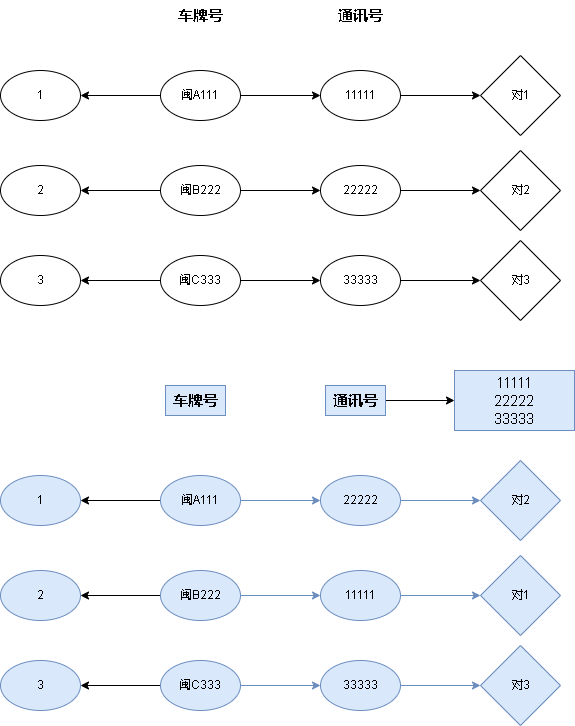
xktder/draw keeps this draw.io diagram as 车辆加载.drawio.png. Above is the earlier version. Source tidied: cells renumbered, new cells last; positions are measured from the earlier drawing's top-left corner, leaving out a move shared by most shapes.
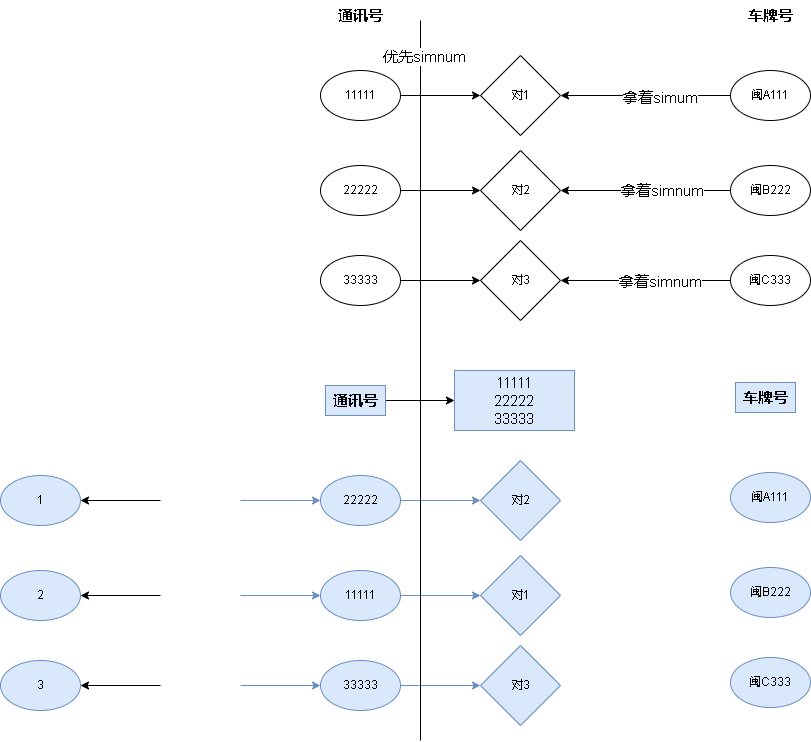
Above is the later version.

Commit message:
更新车辆加载.drawio.png

Change to the diagram source:
```diff
@@ -2,54 +2,24 @@
   <root>
     <mxCell id="0" />
     <mxCell id="1" parent="0" />
-    <mxCell id="2" style="edgeStyle=orthogonalEdgeStyle;rounded=0;jettySize=auto;html=1;" parent="1" edge="1" source="4" target="6">
-      <mxGeometry relative="1" as="geometry" />
-    </mxCell>
-    <mxCell id="3" style="edgeStyle=orthogonalEdgeStyle;rounded=0;jettySize=auto;html=1;fontSize=15;" parent="1" edge="1" source="4" target="44">
-      <mxGeometry relative="1" as="geometry" />
-    </mxCell>
-    <mxCell id="4" value="闽A111" style="ellipse;whiteSpace=wrap;html=1;" parent="1" vertex="1">
-      <mxGeometry x="160" y="70" width="80" height="50" as="geometry" />
-    </mxCell>
     <mxCell id="5" style="edgeStyle=orthogonalEdgeStyle;rounded=0;jettySize=auto;html=1;fontSize=15;" parent="1" edge="1" source="6" target="19">
       <mxGeometry relative="1" as="geometry" />
     </mxCell>
     <mxCell id="6" value="11111" style="ellipse;whiteSpace=wrap;html=1;" parent="1" vertex="1">
       <mxGeometry x="320" y="70" width="80" height="50" as="geometry" />
     </mxCell>
-    <mxCell id="7" style="edgeStyle=orthogonalEdgeStyle;rounded=0;jettySize=auto;html=1;" parent="1" edge="1" source="9" target="11">
-      <mxGeometry relative="1" as="geometry" />
-    </mxCell>
-    <mxCell id="8" style="edgeStyle=orthogonalEdgeStyle;rounded=0;jettySize=auto;html=1;fontSize=15;" parent="1" edge="1" source="9" target="45">
-      <mxGeometry relative="1" as="geometry" />
-    </mxCell>
-    <mxCell id="9" value="闽B222" style="ellipse;whiteSpace=wrap;html=1;" parent="1" vertex="1">
-      <mxGeometry x="160" y="165" width="80" height="50" as="geometry" />
-    </mxCell>
     <mxCell id="10" style="edgeStyle=orthogonalEdgeStyle;rounded=0;jettySize=auto;html=1;fontSize=15;" parent="1" edge="1" source="11" target="20">
       <mxGeometry relative="1" as="geometry" />
     </mxCell>
     <mxCell id="11" value="22222" style="ellipse;whiteSpace=wrap;html=1;" parent="1" vertex="1">
       <mxGeometry x="320" y="165" width="80" height="50" as="geometry" />
     </mxCell>
-    <mxCell id="12" style="edgeStyle=orthogonalEdgeStyle;rounded=0;jettySize=auto;html=1;" parent="1" edge="1" source="14" target="16">
-      <mxGeometry relative="1" as="geometry" />
-    </mxCell>
-    <mxCell id="13" style="edgeStyle=orthogonalEdgeStyle;rounded=0;jettySize=auto;html=1;fontSize=15;" parent="1" edge="1" source="14" target="46">
-      <mxGeometry relative="1" as="geometry" />
-    </mxCell>
-    <mxCell id="14" value="闽C333" style="ellipse;whiteSpace=wrap;html=1;" parent="1" vertex="1">
-      <mxGeometry x="160" y="255" width="80" height="50" as="geometry" />
-    </mxCell>
     <mxCell id="15" style="edgeStyle=orthogonalEdgeStyle;rounded=0;jettySize=auto;html=1;fontSize=15;" parent="1" edge="1" source="16" target="21">
       <mxGeometry relative="1" as="geometry" />
     </mxCell>
     <mxCell id="16" value="33333" style="ellipse;whiteSpace=wrap;html=1;" parent="1" vertex="1">
       <mxGeometry x="320" y="255" width="80" height="50" as="geometry" />
     </mxCell>
-    <mxCell id="17" value="车牌号" style="text;html=1;strokeColor=none;fillColor=none;align=center;verticalAlign=middle;whiteSpace=wrap;rounded=0;fontStyle=1;fontSize=15;" parent="1" vertex="1">
-      <mxGeometry x="170" width="60" height="30" as="geometry" />
-    </mxCell>
     <mxCell id="18" value="通讯号" style="text;html=1;strokeColor=none;fillColor=none;align=center;verticalAlign=middle;whiteSpace=wrap;rounded=0;fontStyle=1;fontSize=15;" parent="1" vertex="1">
       <mxGeometry x="330" width="60" height="30" as="geometry" />
     </mxCell>
@@ -62,54 +32,54 @@
     <mxCell id="21" value="对3" style="rhombus;whiteSpace=wrap;html=1;" parent="1" vertex="1">
       <mxGeometry x="480" y="240" width="80" height="80" as="geometry" />
     </mxCell>
-    <mxCell id="22" style="edgeStyle=orthogonalEdgeStyle;rounded=0;jettySize=auto;html=1;fillColor=#dae8fc;strokeColor=#6c8ebf;" parent="1" edge="1" source="24" target="26">
-      <mxGeometry relative="1" as="geometry" />
+    <mxCell id="22" style="edgeStyle=orthogonalEdgeStyle;rounded=0;jettySize=auto;html=1;fillColor=#dae8fc;strokeColor=#6c8ebf;" parent="1" edge="1" target="26">
+      <mxGeometry relative="1" as="geometry">
+        <mxPoint x="240" y="500" as="sourcePoint" />
+      </mxGeometry>
     </mxCell>
-    <mxCell id="23" style="edgeStyle=orthogonalEdgeStyle;rounded=0;jettySize=auto;html=1;fontSize=15;" parent="1" edge="1" source="24" target="47">
-      <mxGeometry relative="1" as="geometry" />
+    <mxCell id="23" style="edgeStyle=orthogonalEdgeStyle;rounded=0;jettySize=auto;html=1;fontSize=15;" parent="1" edge="1" target="47">
+      <mxGeometry relative="1" as="geometry">
+        <mxPoint x="160" y="500" as="sourcePoint" />
+      </mxGeometry>
     </mxCell>
-    <mxCell id="24" value="闽A111" style="ellipse;whiteSpace=wrap;html=1;fillColor=#dae8fc;strokeColor=#6c8ebf;" parent="1" vertex="1">
-      <mxGeometry x="160" y="475" width="80" height="50" as="geometry" />
-    </mxCell>
     <mxCell id="25" style="edgeStyle=orthogonalEdgeStyle;rounded=0;jettySize=auto;html=1;fontSize=15;fillColor=#dae8fc;strokeColor=#6c8ebf;" parent="1" edge="1" source="26" target="40">
       <mxGeometry relative="1" as="geometry" />
     </mxCell>
     <mxCell id="26" value="22222" style="ellipse;whiteSpace=wrap;html=1;fillColor=#dae8fc;strokeColor=#6c8ebf;" parent="1" vertex="1">
       <mxGeometry x="320" y="475" width="80" height="50" as="geometry" />
     </mxCell>
-    <mxCell id="27" style="edgeStyle=orthogonalEdgeStyle;rounded=0;jettySize=auto;html=1;fillColor=#dae8fc;strokeColor=#6c8ebf;" parent="1" edge="1" source="29" target="31">
-      <mxGeometry relative="1" as="geometry" />
+    <mxCell id="27" style="edgeStyle=orthogonalEdgeStyle;rounded=0;jettySize=auto;html=1;fillColor=#dae8fc;strokeColor=#6c8ebf;" parent="1" edge="1" target="31">
+      <mxGeometry relative="1" as="geometry">
+        <mxPoint x="240" y="595" as="sourcePoint" />
+      </mxGeometry>
     </mxCell>
-    <mxCell id="28" style="edgeStyle=orthogonalEdgeStyle;rounded=0;jettySize=auto;html=1;fontSize=15;" parent="1" edge="1" source="29" target="48">
-      <mxGeometry relative="1" as="geometry" />
+    <mxCell id="28" style="edgeStyle=orthogonalEdgeStyle;rounded=0;jettySize=auto;html=1;fontSize=15;" parent="1" edge="1" target="48">
+      <mxGeometry relative="1" as="geometry">
+        <mxPoint x="160" y="595" as="sourcePoint" />
+      </mxGeometry>
     </mxCell>
-    <mxCell id="29" value="闽B222" style="ellipse;whiteSpace=wrap;html=1;fillColor=#dae8fc;strokeColor=#6c8ebf;" parent="1" vertex="1">
-      <mxGeometry x="160" y="570" width="80" height="50" as="geometry" />
-    </mxCell>
     <mxCell id="30" style="edgeStyle=orthogonalEdgeStyle;rounded=0;jettySize=auto;html=1;fontSize=15;fillColor=#dae8fc;strokeColor=#6c8ebf;" parent="1" edge="1" source="31" target="41">
       <mxGeometry relative="1" as="geometry" />
     </mxCell>
     <mxCell id="31" value="11111" style="ellipse;whiteSpace=wrap;html=1;fillColor=#dae8fc;strokeColor=#6c8ebf;" parent="1" vertex="1">
       <mxGeometry x="320" y="570" width="80" height="50" as="geometry" />
     </mxCell>
-    <mxCell id="32" style="edgeStyle=orthogonalEdgeStyle;rounded=0;jettySize=auto;html=1;fillColor=#dae8fc;strokeColor=#6c8ebf;" parent="1" edge="1" source="34" target="36">
-      <mxGeometry relative="1" as="geometry" />
+    <mxCell id="32" style="edgeStyle=orthogonalEdgeStyle;rounded=0;jettySize=auto;html=1;fillColor=#dae8fc;strokeColor=#6c8ebf;" parent="1" edge="1" target="36">
+      <mxGeometry relative="1" as="geometry">
+        <mxPoint x="240" y="685" as="sourcePoint" />
+      </mxGeometry>
     </mxCell>
-    <mxCell id="33" style="edgeStyle=orthogonalEdgeStyle;rounded=0;jettySize=auto;html=1;fontSize=15;" parent="1" edge="1" source="34" target="49">
-      <mxGeometry relative="1" as="geometry" />
+    <mxCell id="33" style="edgeStyle=orthogonalEdgeStyle;rounded=0;jettySize=auto;html=1;fontSize=15;" parent="1" edge="1" target="49">
+      <mxGeometry relative="1" as="geometry">
+        <mxPoint x="160" y="685" as="sourcePoint" />
+      </mxGeometry>
     </mxCell>
-    <mxCell id="34" value="闽C333" style="ellipse;whiteSpace=wrap;html=1;fillColor=#dae8fc;strokeColor=#6c8ebf;" parent="1" vertex="1">
-      <mxGeometry x="160" y="660" width="80" height="50" as="geometry" />
-    </mxCell>
     <mxCell id="35" style="edgeStyle=orthogonalEdgeStyle;rounded=0;jettySize=auto;html=1;fontSize=15;fillColor=#dae8fc;strokeColor=#6c8ebf;" parent="1" edge="1" source="36" target="42">
       <mxGeometry relative="1" as="geometry" />
     </mxCell>
     <mxCell id="36" value="33333" style="ellipse;whiteSpace=wrap;html=1;fillColor=#dae8fc;strokeColor=#6c8ebf;" parent="1" vertex="1">
       <mxGeometry x="320" y="660" width="80" height="50" as="geometry" />
     </mxCell>
-    <mxCell id="37" value="车牌号" style="text;html=1;strokeColor=#6c8ebf;fillColor=#dae8fc;align=center;verticalAlign=middle;whiteSpace=wrap;rounded=0;fontStyle=1;fontSize=15;" parent="1" vertex="1">
-      <mxGeometry x="165" y="385" width="60" height="30" as="geometry" />
-    </mxCell>
     <mxCell id="38" style="edgeStyle=orthogonalEdgeStyle;rounded=0;jettySize=auto;html=1;fontSize=15;" parent="1" edge="1" source="39" target="43">
       <mxGeometry relative="1" as="geometry" />
     </mxCell>
@@ -128,15 +98,6 @@
     <mxCell id="43" value="&lt;span style=&quot;font-weight: normal;&quot;&gt;11111&lt;br&gt;22222&lt;br&gt;33333&lt;/span&gt;" style="whiteSpace=wrap;html=1;fontSize=15;fillColor=#dae8fc;strokeColor=#6c8ebf;gradientColor=none;rounded=0;fontStyle=1;" parent="1" vertex="1">
       <mxGeometry x="454" y="370" width="120" height="60" as="geometry" />
     </mxCell>
-    <mxCell id="44" value="1" style="ellipse;whiteSpace=wrap;html=1;" parent="1" vertex="1">
-      <mxGeometry y="70" width="80" height="50" as="geometry" />
-    </mxCell>
-    <mxCell id="45" value="2" style="ellipse;whiteSpace=wrap;html=1;" parent="1" vertex="1">
-      <mxGeometry y="165" width="80" height="50" as="geometry" />
-    </mxCell>
-    <mxCell id="46" value="3" style="ellipse;whiteSpace=wrap;html=1;" parent="1" vertex="1">
-      <mxGeometry y="255" width="80" height="50" as="geometry" />
-    </mxCell>
     <mxCell id="47" value="1" style="ellipse;whiteSpace=wrap;html=1;fillColor=#dae8fc;strokeColor=#6c8ebf;" parent="1" vertex="1">
       <mxGeometry y="475" width="80" height="50" as="geometry" />
     </mxCell>
@@ -146,5 +107,56 @@
     <mxCell id="49" value="3" style="ellipse;whiteSpace=wrap;html=1;fillColor=#dae8fc;strokeColor=#6c8ebf;" parent="1" vertex="1">
       <mxGeometry y="660" width="80" height="50" as="geometry" />
     </mxCell>
+    <mxCell id="50" style="endArrow=none;html=1;rounded=0;fontSize=15;" parent="1" edge="1">
+      <mxGeometry relative="1" as="geometry">
+        <mxPoint x="420" y="740" as="sourcePoint" />
+        <mxPoint x="420" y="20" as="targetPoint" />
+      </mxGeometry>
+    </mxCell>
+    <mxCell id="51" value="优先simnum" style="edgeLabel;html=1;align=center;verticalAlign=middle;fontSize=15;" parent="50" vertex="1">
+      <mxGeometry x="0.9" y="-3" relative="1" as="geometry" />
+    </mxCell>
+    <mxCell id="52" style="edgeStyle=orthogonalEdgeStyle;rounded=0;jettySize=auto;html=1;entryX=1;entryY=0.5;entryDx=0;entryDy=0;fontSize=15;" parent="1" edge="1" source="4" target="19">
+      <mxGeometry relative="1" as="geometry" />
+    </mxCell>
+    <mxCell id="53" value="拿着simum" style="edgeLabel;html=1;align=center;verticalAlign=middle;fontSize=15;" parent="52" vertex="1">
+      <mxGeometry x="-0.16" y="1" relative="1" as="geometry" />
+    </mxCell>
+    <mxCell id="4" value="闽A111" style="ellipse;whiteSpace=wrap;html=1;" parent="1" vertex="1">
+      <mxGeometry x="730" y="70" width="80" height="50" as="geometry" />
+    </mxCell>
+    <mxCell id="54" style="edgeStyle=orthogonalEdgeStyle;rounded=0;jettySize=auto;html=1;entryX=1;entryY=0.5;entryDx=0;entryDy=0;fontSize=15;" parent="1" edge="1" source="9" target="20">
+      <mxGeometry relative="1" as="geometry" />
+    </mxCell>
+    <mxCell id="55" value="拿着simnum" style="edgeLabel;html=1;align=center;verticalAlign=middle;fontSize=15;" parent="54" vertex="1">
+      <mxGeometry x="-0.19" y="-1" relative="1" as="geometry" />
+    </mxCell>
+    <mxCell id="9" value="闽B222" style="ellipse;whiteSpace=wrap;html=1;" parent="1" vertex="1">
+      <mxGeometry x="730" y="165" width="80" height="50" as="geometry" />
+    </mxCell>
+    <mxCell id="56" style="edgeStyle=orthogonalEdgeStyle;rounded=0;jettySize=auto;html=1;entryX=1;entryY=0.5;entryDx=0;entryDy=0;fontSize=15;" parent="1" edge="1" source="14" target="21">
+      <mxGeometry relative="1" as="geometry" />
+    </mxCell>
+    <mxCell id="57" value="拿着simnum" style="edgeLabel;html=1;align=center;verticalAlign=middle;fontSize=15;" parent="56" vertex="1">
+      <mxGeometry x="-0.16" relative="1" as="geometry" />
+    </mxCell>
+    <mxCell id="14" value="闽C333" style="ellipse;whiteSpace=wrap;html=1;" parent="1" vertex="1">
+      <mxGeometry x="730" y="255" width="80" height="50" as="geometry" />
+    </mxCell>
+    <mxCell id="17" value="车牌号" style="text;html=1;strokeColor=none;fillColor=none;align=center;verticalAlign=middle;whiteSpace=wrap;rounded=0;fontStyle=1;fontSize=15;" parent="1" vertex="1">
+      <mxGeometry x="740" width="60" height="30" as="geometry" />
+    </mxCell>
+    <mxCell id="24" value="闽A111" style="ellipse;whiteSpace=wrap;html=1;fillColor=#dae8fc;strokeColor=#6c8ebf;" parent="1" vertex="1">
+      <mxGeometry x="730" y="472" width="80" height="50" as="geometry" />
+    </mxCell>
+    <mxCell id="29" value="闽B222" style="ellipse;whiteSpace=wrap;html=1;fillColor=#dae8fc;strokeColor=#6c8ebf;" parent="1" vertex="1">
+      <mxGeometry x="730" y="567" width="80" height="50" as="geometry" />
+    </mxCell>
+    <mxCell id="34" value="闽C333" style="ellipse;whiteSpace=wrap;html=1;fillColor=#dae8fc;strokeColor=#6c8ebf;" parent="1" vertex="1">
+      <mxGeometry x="730" y="657" width="80" height="50" as="geometry" />
+    </mxCell>
+    <mxCell id="37" value="车牌号" style="text;html=1;strokeColor=#6c8ebf;fillColor=#dae8fc;align=center;verticalAlign=middle;whiteSpace=wrap;rounded=0;fontStyle=1;fontSize=15;" parent="1" vertex="1">
+      <mxGeometry x="735" y="382" width="60" height="30" as="geometry" />
+    </mxCell>
   </root>
 </mxGraphModel>
```
